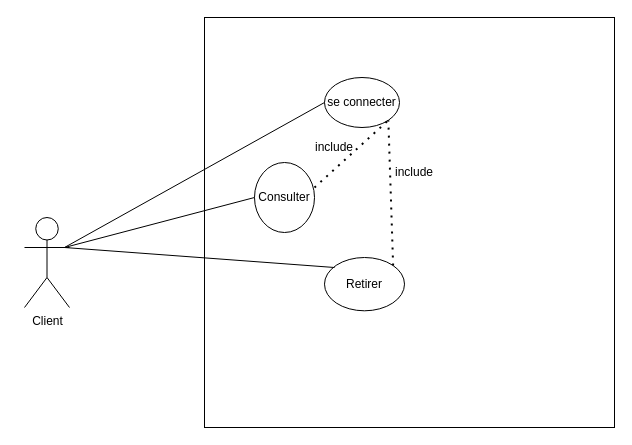
This is Diagramme sans nom.drawio from ManelTheo/UML, a draw.io file, before an edit. Source tidied: cells renumbered, new cells numbered last; positions are measured from the earlier drawing's top-left corner, leaving out a move shared by most shapes. Both pictures are drawn from the tidied source at 100%, with x=0, y=0 at pixel (24, 17).
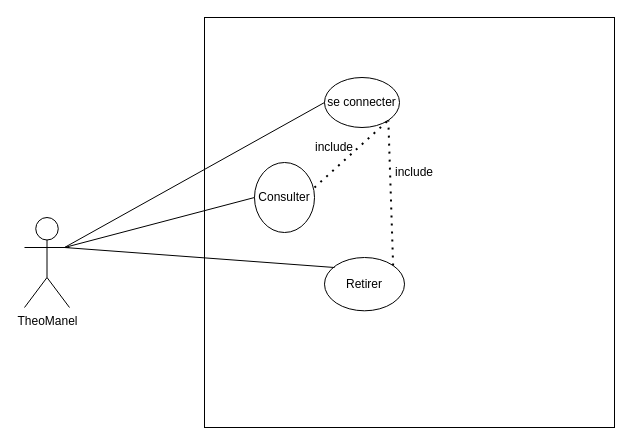
After the change.

Commit message:
Mettre à jour Diagramme sans nom.drawio

Change to the diagram source:
```diff
@@
 <mxGraphModel>
   <root>
     <mxCell id="0" />
     <mxCell id="1" parent="0" />
     <mxCell id="2" style="whiteSpace=wrap;html=1;" parent="1" vertex="1">
       <mxGeometry x="180" width="410" height="410" as="geometry" />
     </mxCell>
-    <mxCell id="3" value="Client" style="shape=umlActor;verticalLabelPosition=bottom;verticalAlign=top;html=1;" parent="1" vertex="1">
+    <mxCell id="3" value="TheoManel" style="shape=umlActor;verticalLabelPosition=bottom;verticalAlign=top;html=1;" parent="1" vertex="1">
       <mxGeometry y="200" width="45" height="90" as="geometry" />
     </mxCell>
     <mxCell id="4" value="se connecter" style="ellipse;whiteSpace=wrap;html=1;" parent="1" vertex="1">
       <mxGeometry x="300" y="60" width="75" height="50" as="geometry" />
     </mxCell>
     <mxCell id="5" value="Consulter" style="ellipse;whiteSpace=wrap;html=1;direction=south;" parent="1" vertex="1">
       <mxGeometry x="230" y="145" width="60" height="70" as="geometry" />
     </mxCell>
     <mxCell id="6" value="Retirer" style="ellipse;whiteSpace=wrap;html=1;" parent="1" vertex="1">
       <mxGeometry x="300" y="240" width="80" height="53.3" as="geometry" />
     </mxCell>
     <mxCell id="7" style="endArrow=none;html=1;rounded=0;entryX=0;entryY=0.5;entryDx=0;entryDy=0;" parent="1" edge="1" target="4">
       <mxGeometry relative="1" as="geometry">
         <mxPoint x="40" y="230" as="sourcePoint" />
         <Array as="points">
           <mxPoint x="40" y="230" />
         </Array>
       </mxGeometry>
     </mxCell>
     <mxCell id="8" style="endArrow=none;html=1;rounded=0;" parent="1" edge="1">
       <mxGeometry relative="1" as="geometry">
         <mxPoint x="40" y="230" as="sourcePoint" />
         <mxPoint x="310" y="250" as="targetPoint" />
       </mxGeometry>
     </mxCell>
     <mxCell id="9" style="endArrow=none;html=1;rounded=0;entryX=0.5;entryY=1;entryDx=0;entryDy=0;" parent="1" edge="1" target="5">
       <mxGeometry relative="1" as="geometry">
         <mxPoint x="40" y="230" as="sourcePoint" />
       </mxGeometry>
     </mxCell>
     <mxCell id="10" style="endArrow=none;dashed=1;html=1;dashPattern=1 3;strokeWidth=2;rounded=0;entryX=1;entryY=1;entryDx=0;entryDy=0;exitX=0.357;exitY=0;exitDx=0;exitDy=0;exitPerimeter=0;" parent="1" edge="1" source="5" target="4">
       <mxGeometry relative="1" as="geometry" />
     </mxCell>
     <mxCell id="11" style="endArrow=none;dashed=1;html=1;dashPattern=1 3;strokeWidth=2;rounded=0;entryX=1;entryY=1;entryDx=0;entryDy=0;exitX=1;exitY=0;exitDx=0;exitDy=0;" parent="1" edge="1" source="6" target="4">
       <mxGeometry relative="1" as="geometry" />
     </mxCell>
     <mxCell id="12" value="include" style="text;html=1;strokeColor=none;fillColor=none;align=center;verticalAlign=middle;whiteSpace=wrap;rounded=0;" parent="1" vertex="1">
       <mxGeometry x="360" y="140" width="60" height="30" as="geometry" />
     </mxCell>
     <mxCell id="13" value="include" style="text;html=1;strokeColor=none;fillColor=none;align=center;verticalAlign=middle;whiteSpace=wrap;rounded=0;" parent="1" vertex="1">
       <mxGeometry x="280" y="115" width="60" height="30" as="geometry" />
     </mxCell>
   </root>
 </mxGraphModel>
```
